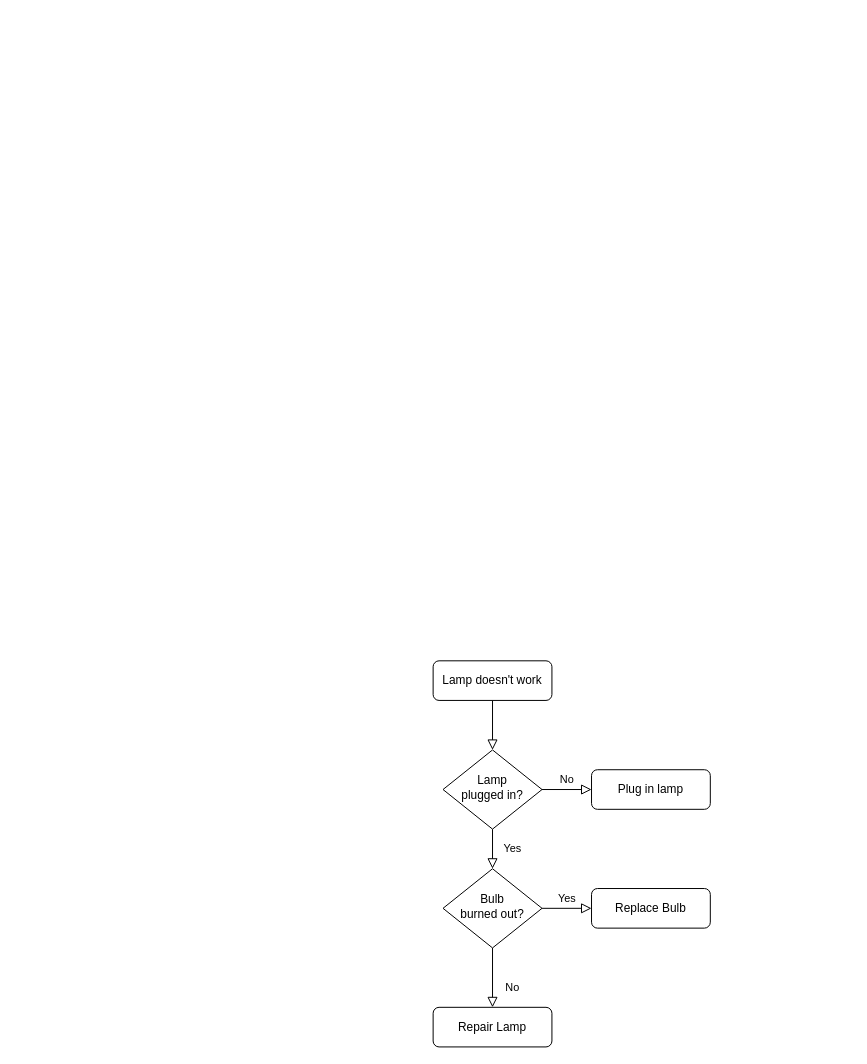
hankdoo/diagram keeps this draw.io diagram as Untitled Diagram.drawio. Above is the earlier version. Source tidied: cells renumbered, new cells numbered last; positions are measured from the earlier drawing's top-left corner, leaving out a move shared by most shapes. Both pictures are drawn from the tidied source at 99%, with x=0, y=0 at pixel (433, 660).
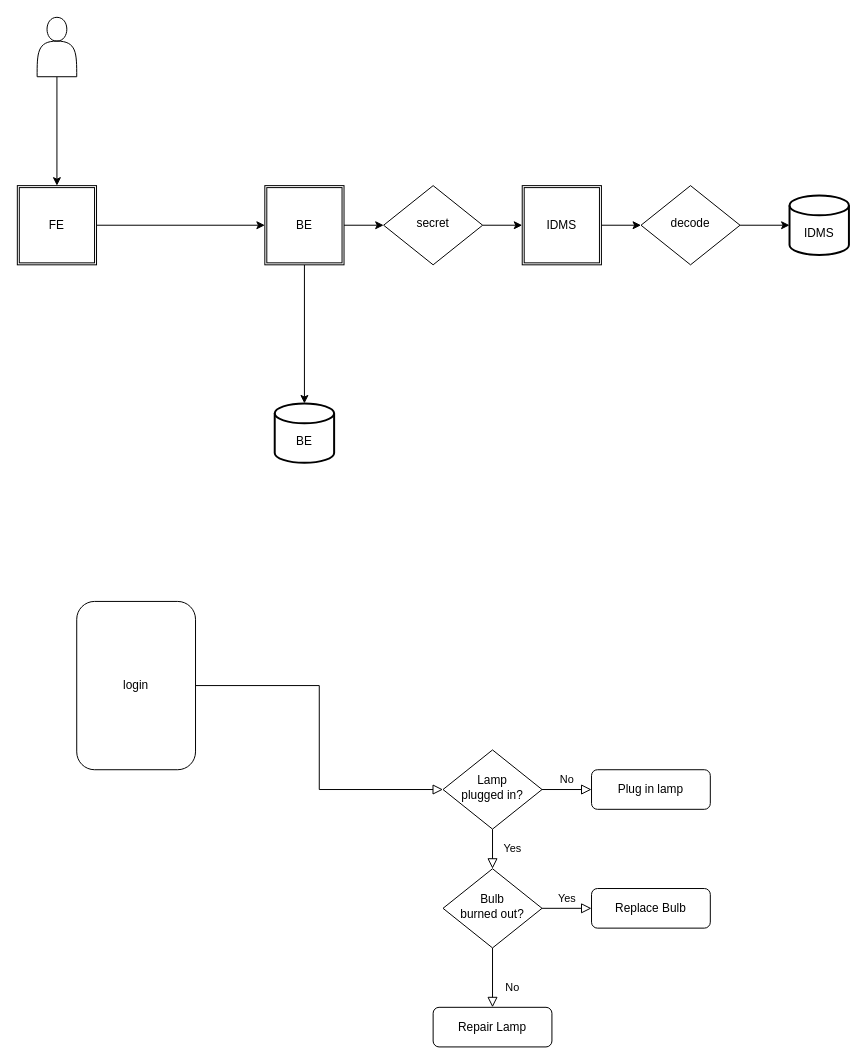
The same page after the edit.

Change to the diagram source:
```diff
@@
-    <mxCell id="3" value="Lamp doesn't work" style="rounded=1;whiteSpace=wrap;html=1;fontSize=12;glass=0;strokeWidth=1;shadow=0;" parent="1" vertex="1">
-      <mxGeometry width="120" height="40" as="geometry" />
+    <mxCell id="3" value="login" style="rounded=1;whiteSpace=wrap;html=1;fontSize=12;glass=0;strokeWidth=1;shadow=0;" parent="1" vertex="1">
+      <mxGeometry x="-360" y="-60" width="120" height="170" as="geometry" />
     </mxCell>
@@
+    <mxCell id="13" value="&lt;br&gt;IDMS" style="strokeWidth=2;html=1;shape=mxgraph.flowchart.database;whiteSpace=wrap;" parent="1" vertex="1">
+      <mxGeometry x="360" y="-470" width="60" height="60" as="geometry" />
+    </mxCell>
+    <mxCell id="14" style="edgeStyle=orthogonalEdgeStyle;rounded=0;jettySize=auto;html=1;entryX=0.5;entryY=0;entryDx=0;entryDy=0;" parent="1" edge="1" source="15" target="21">
+      <mxGeometry relative="1" as="geometry" />
+    </mxCell>
+    <mxCell id="15" style="shape=actor;whiteSpace=wrap;html=1;" parent="1" vertex="1">
+      <mxGeometry x="-400" y="-650" width="40" height="60" as="geometry" />
+    </mxCell>
+    <mxCell id="16" style="edgeStyle=orthogonalEdgeStyle;rounded=0;jettySize=auto;html=1;" parent="1" edge="1" source="25" target="19">
+      <mxGeometry relative="1" as="geometry" />
+    </mxCell>
+    <mxCell id="17" style="edgeStyle=orthogonalEdgeStyle;rounded=0;jettySize=auto;html=1;" parent="1" edge="1" source="18" target="23">
+      <mxGeometry relative="1" as="geometry" />
+    </mxCell>
+    <mxCell id="18" value="BE" style="shape=ext;double=1;whiteSpace=wrap;html=1;" parent="1" vertex="1">
+      <mxGeometry x="-170" y="-480" width="80" height="80" as="geometry" />
+    </mxCell>
+    <mxCell id="19" value="IDMS" style="shape=ext;double=1;whiteSpace=wrap;html=1;" parent="1" vertex="1">
+      <mxGeometry x="90" y="-480" width="80" height="80" as="geometry" />
+    </mxCell>
+    <mxCell id="20" style="edgeStyle=orthogonalEdgeStyle;rounded=0;jettySize=auto;html=1;entryX=0;entryY=0.5;entryDx=0;entryDy=0;" parent="1" edge="1" source="21" target="18">
+      <mxGeometry relative="1" as="geometry" />
+    </mxCell>
+    <mxCell id="21" value="FE" style="shape=ext;double=1;whiteSpace=wrap;html=1;" parent="1" vertex="1">
+      <mxGeometry x="-420" y="-480" width="80" height="80" as="geometry" />
+    </mxCell>
+    <mxCell id="22" style="edgeStyle=orthogonalEdgeStyle;rounded=0;jettySize=auto;html=1;entryX=0;entryY=0.5;entryDx=0;entryDy=0;entryPerimeter=0;" parent="1" edge="1" source="27" target="13">
+      <mxGeometry relative="1" as="geometry" />
+    </mxCell>
+    <mxCell id="23" value="&lt;br&gt;BE" style="strokeWidth=2;html=1;shape=mxgraph.flowchart.database;whiteSpace=wrap;" parent="1" vertex="1">
+      <mxGeometry x="-160" y="-260" width="60" height="60" as="geometry" />
+    </mxCell>
+    <mxCell id="24" style="edgeStyle=orthogonalEdgeStyle;rounded=0;jettySize=auto;html=1;" parent="1" edge="1" source="18" target="25">
+      <mxGeometry relative="1" as="geometry" />
+    </mxCell>
+    <mxCell id="25" value="secret" style="rhombus;whiteSpace=wrap;html=1;shadow=0;fontFamily=Helvetica;fontSize=12;align=center;strokeWidth=1;spacing=6;spacingTop=-4;" parent="1" vertex="1">
+      <mxGeometry x="-50" y="-480" width="100" height="80" as="geometry" />
+    </mxCell>
+    <mxCell id="26" style="edgeStyle=orthogonalEdgeStyle;rounded=0;jettySize=auto;html=1;entryX=0;entryY=0.5;entryDx=0;entryDy=0;entryPerimeter=0;" parent="1" edge="1" source="19" target="27">
+      <mxGeometry relative="1" as="geometry" />
+    </mxCell>
+    <mxCell id="27" value="decode" style="rhombus;whiteSpace=wrap;html=1;shadow=0;fontFamily=Helvetica;fontSize=12;align=center;strokeWidth=1;spacing=6;spacingTop=-4;" parent="1" vertex="1">
+      <mxGeometry x="210" y="-480" width="100" height="80" as="geometry" />
+    </mxCell>
```
